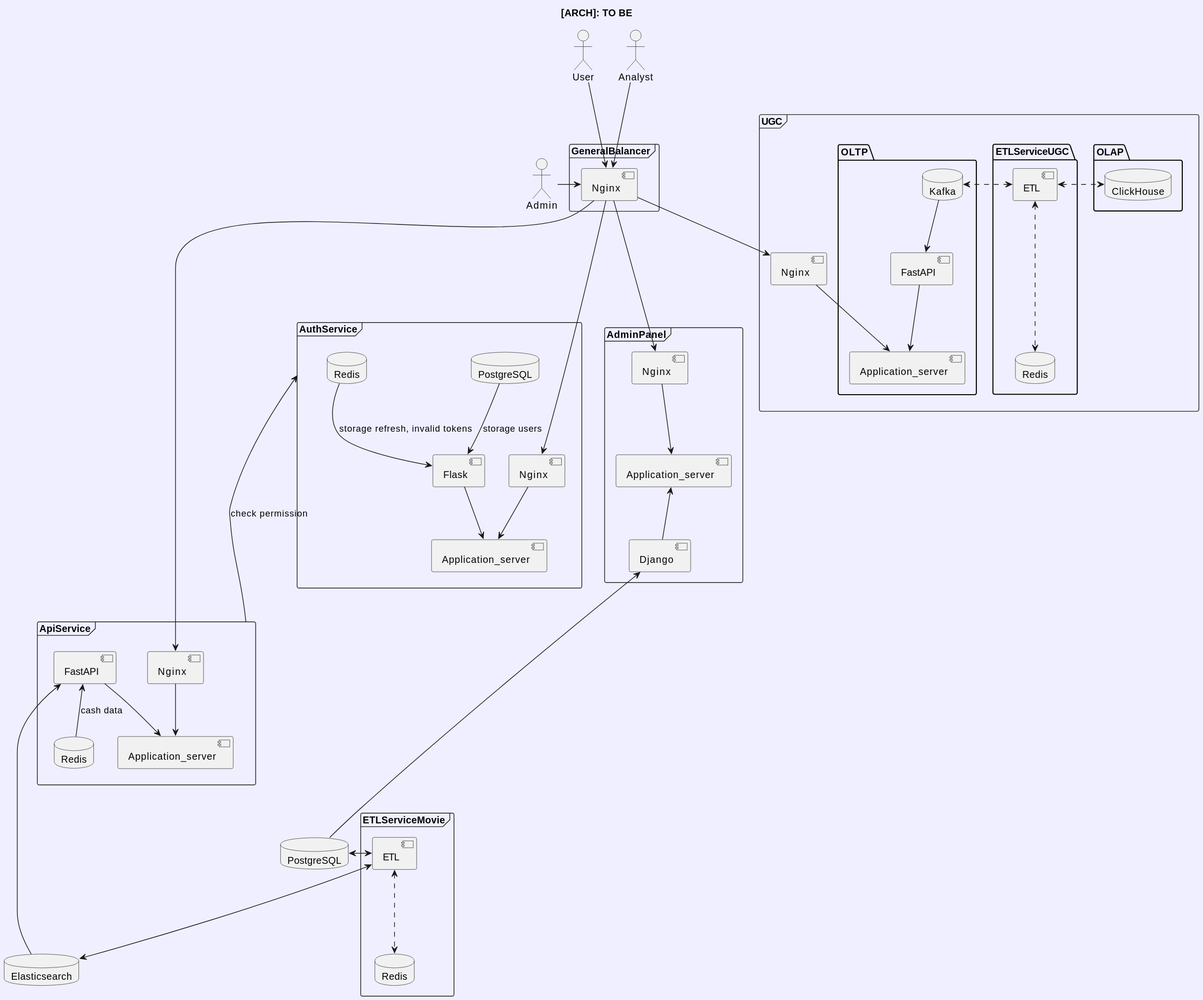
montekrist0/ugc_sprint_1 keeps this PlantUML diagram as architecture/to_be.svg. Above is the earlier version. Its diagram source:
```plantuml
@startuml
skinparam componentStyle uml2
skinparam backgroundColor MOTIVATION

title [ARCH]: TO BE

actor User
actor Admin
actor Analyst


frame GeneralBalancer {
    component Nginx as nginx_general_balancer
}

frame AdminPanel {
    component Nginx as nginx_admin_panel
    component Application_server as app_serv_admin_panel
    component Django as django_admin_panel
}


database PostgreSQL

frame ETLServiceMovie {
    component ETL as etl_service_movie
    database Redis as redis_etl_service_movie
}

database Elasticsearch as elasticsearch_data_service

frame ApiService {
    component Nginx as nginx_api_service
    component Application_server as app_serv_api_service
    component FastAPI as fastapi_api_service
    database Redis as redis_api_service
}

frame AuthService {
    component Nginx as nginx_auth_service
    component Application_server as app_serv_auth_service
    component Flask as flask_auth_service
    database PostgreSQL as posgresql_auth_service
    database Redis as redis_auth_service
}

frame UGC {
   component Nginx as nginx_ugc
   package OLTP {
        component Application_server as app_serv_oltp
        component FastAPI as fastapi_api_oltp
        database Kafka as kafka_auth_service_oltp
   }
   package OLAP {
         database ClickHouse as ch_olap
   }

   package ETLServiceUGC {
         component ETL as etl_service_ugc
         database Redis as redis_etl_service_ugc
   }
}



Admin --r-> nginx_general_balancer
User --> nginx_general_balancer
Analyst --> nginx_general_balancer

nginx_general_balancer ---> nginx_admin_panel
nginx_admin_panel --> app_serv_admin_panel
app_serv_admin_panel <-- django_admin_panel
django_admin_panel <---- PostgreSQL



PostgreSQL <-r-> etl_service_movie
etl_service_movie <---> elasticsearch_data_service
etl_service_movie <-.-> redis_etl_service_movie

nginx_general_balancer ----> nginx_api_service
nginx_api_service --> app_serv_api_service
fastapi_api_service --> app_serv_api_service
fastapi_api_service <-- redis_api_service : cash data
fastapi_api_service <-- elasticsearch_data_service

nginx_general_balancer ----> nginx_auth_service
nginx_auth_service --> app_serv_auth_service
flask_auth_service --> app_serv_auth_service
posgresql_auth_service --> flask_auth_service : storage users
redis_auth_service --> flask_auth_service : storage refresh, invalid tokens
AuthService <---- ApiService : check permission

nginx_general_balancer --> nginx_ugc
nginx_ugc --> app_serv_oltp
fastapi_api_oltp --> app_serv_oltp
kafka_auth_service_oltp --> fastapi_api_oltp
etl_service_ugc <-.-> redis_etl_service_ugc
etl_service_ugc <.> kafka_auth_service_oltp
etl_service_ugc <.> ch_olap
@enduml
```
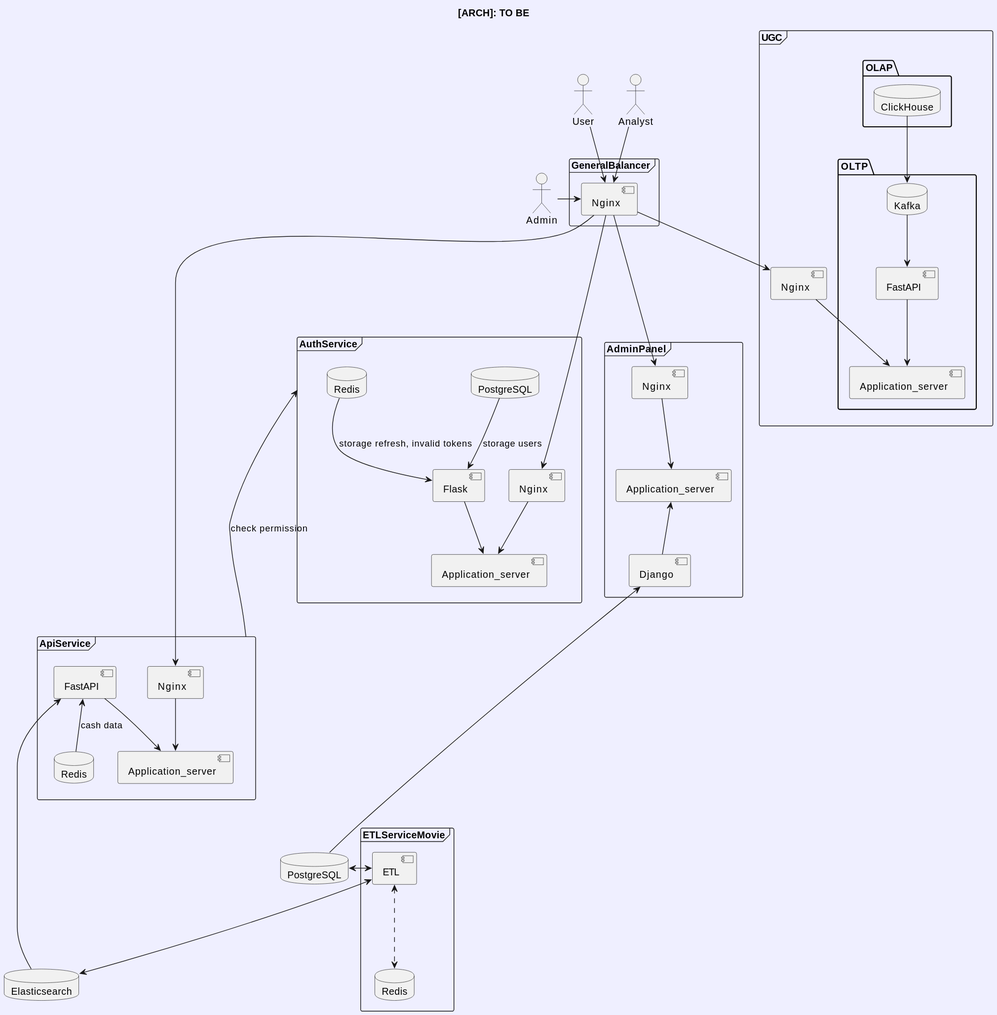
After the change.

Commit message:
изменил архитектуру

What changed in the source:
```diff
@@ -55,10 +55,6 @@
          database ClickHouse as ch_olap
    }
 
-   package ETLServiceUGC {
-         component ETL as etl_service_ugc
-         database Redis as redis_etl_service_ugc
-   }
 }
 
 
@@ -95,7 +91,5 @@
 nginx_ugc --> app_serv_oltp
 fastapi_api_oltp --> app_serv_oltp
 kafka_auth_service_oltp --> fastapi_api_oltp
-etl_service_ugc <-.-> redis_etl_service_ugc
-etl_service_ugc <.> kafka_auth_service_oltp
-etl_service_ugc <.> ch_olap
+ch_olap --> kafka_auth_service_oltp
 @enduml
```
